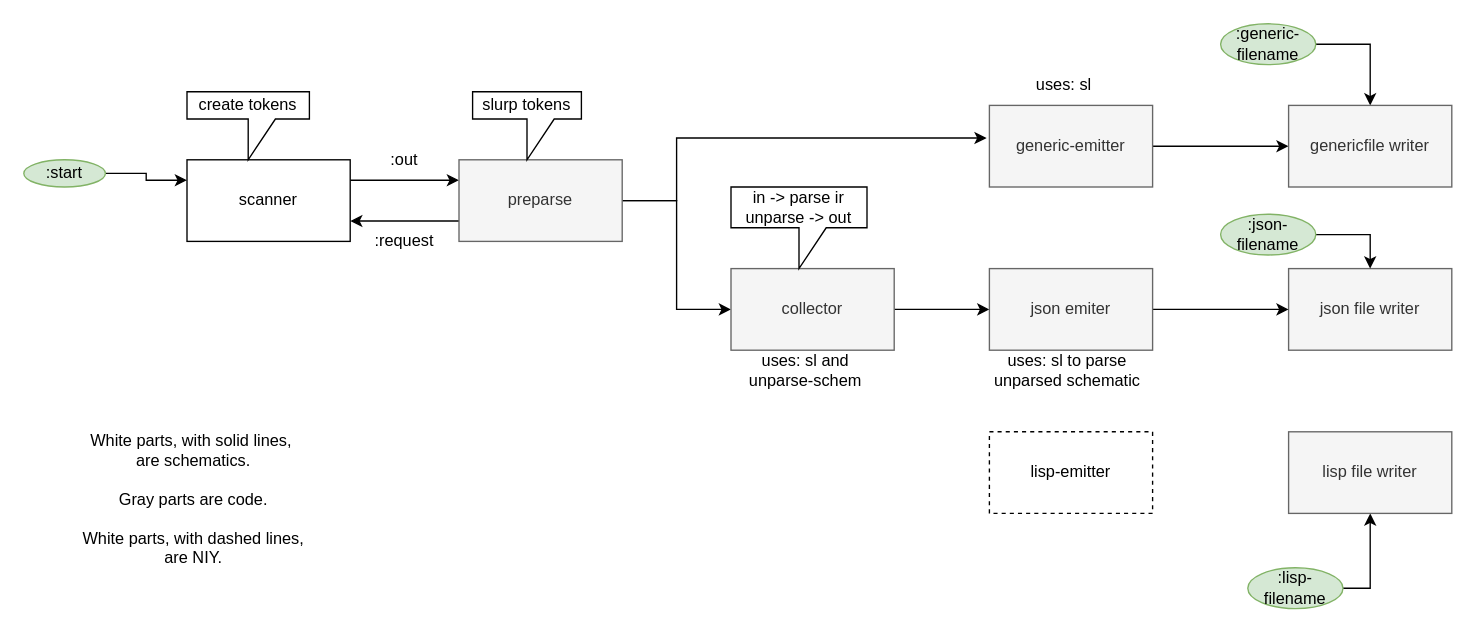
Earlier version of the draw.io diagram page "back end parser internals" (2 of 3) of svg/back-end/back-end.drawio (bmfbp/bmfbp). Source tidied: cells renumbered, new cells numbered last; positions are measured from the earlier drawing's top-left corner, leaving out a move shared by most shapes. Both pictures are drawn from the tidied source at 136%, with x=0, y=0 at pixel (23, 23).
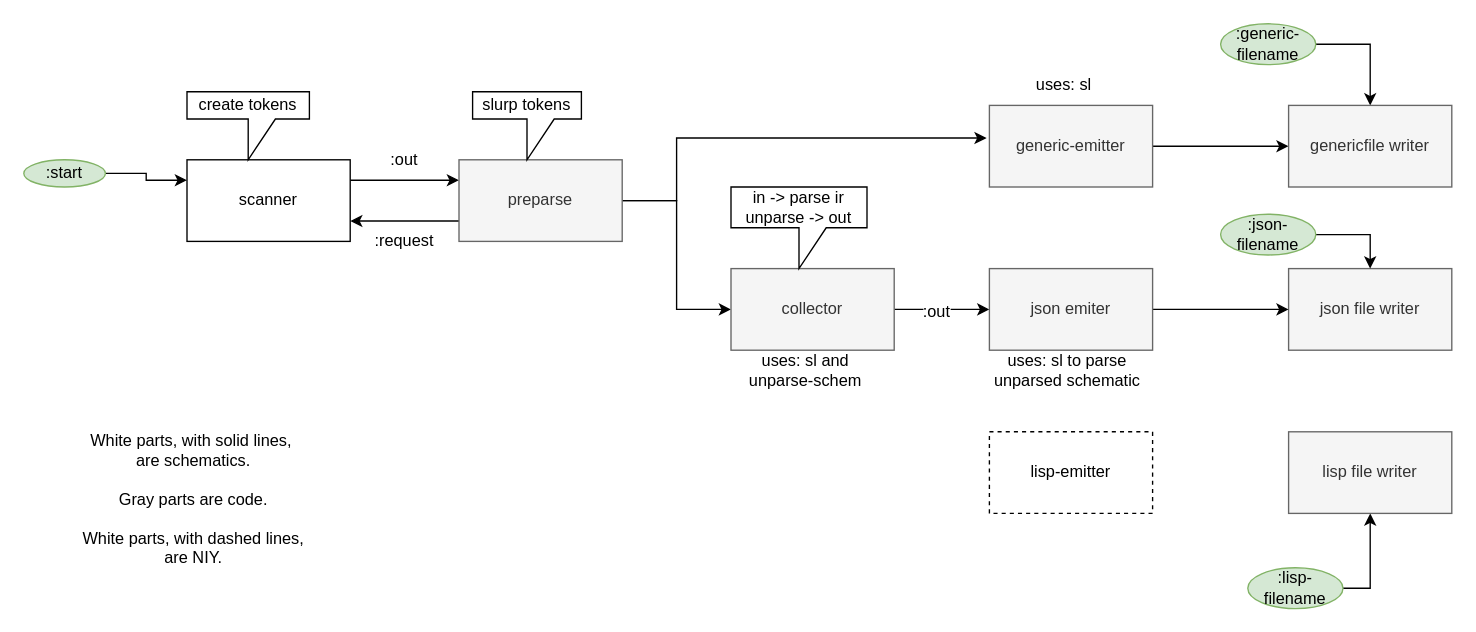
The same page after the edit.

Commit message:
diagram upates

Unchanged cells that the change refers to:
```xml
<mxCell id="10" style="edgeStyle=orthogonalEdgeStyle;rounded=0;jettySize=auto;html=1;" parent="1" edge="1" source="11" target="29">
  <mxGeometry relative="1" as="geometry" />
</mxCell>
```

Diff of the diagram source:
```diff
@@
+    <mxCell id="35" value=":out" style="text;html=1;align=center;verticalAlign=middle;labelBackgroundColor=#ffffff;" parent="10" vertex="1">
+      <mxGeometry x="-0.14" y="-1" relative="1" as="geometry" />
+    </mxCell>
```
